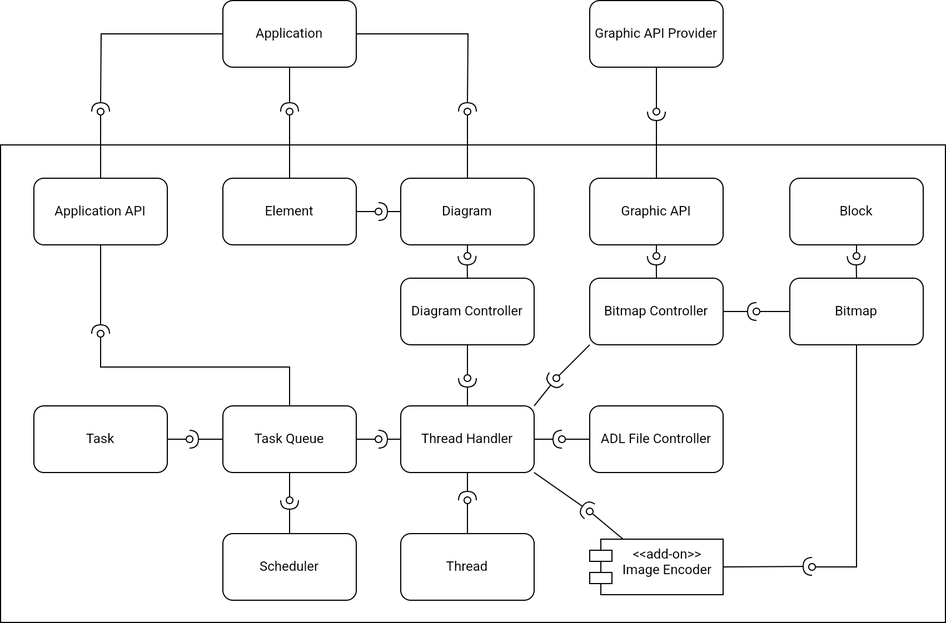
Earlier version of the draw.io export FFinalArchitect.drawio.png (phunm211/SW-Associate-Architecture). Source tidied: cells renumbered, new cells last; positions are measured from the earlier drawing's top-left corner, leaving out a move shared by most shapes.
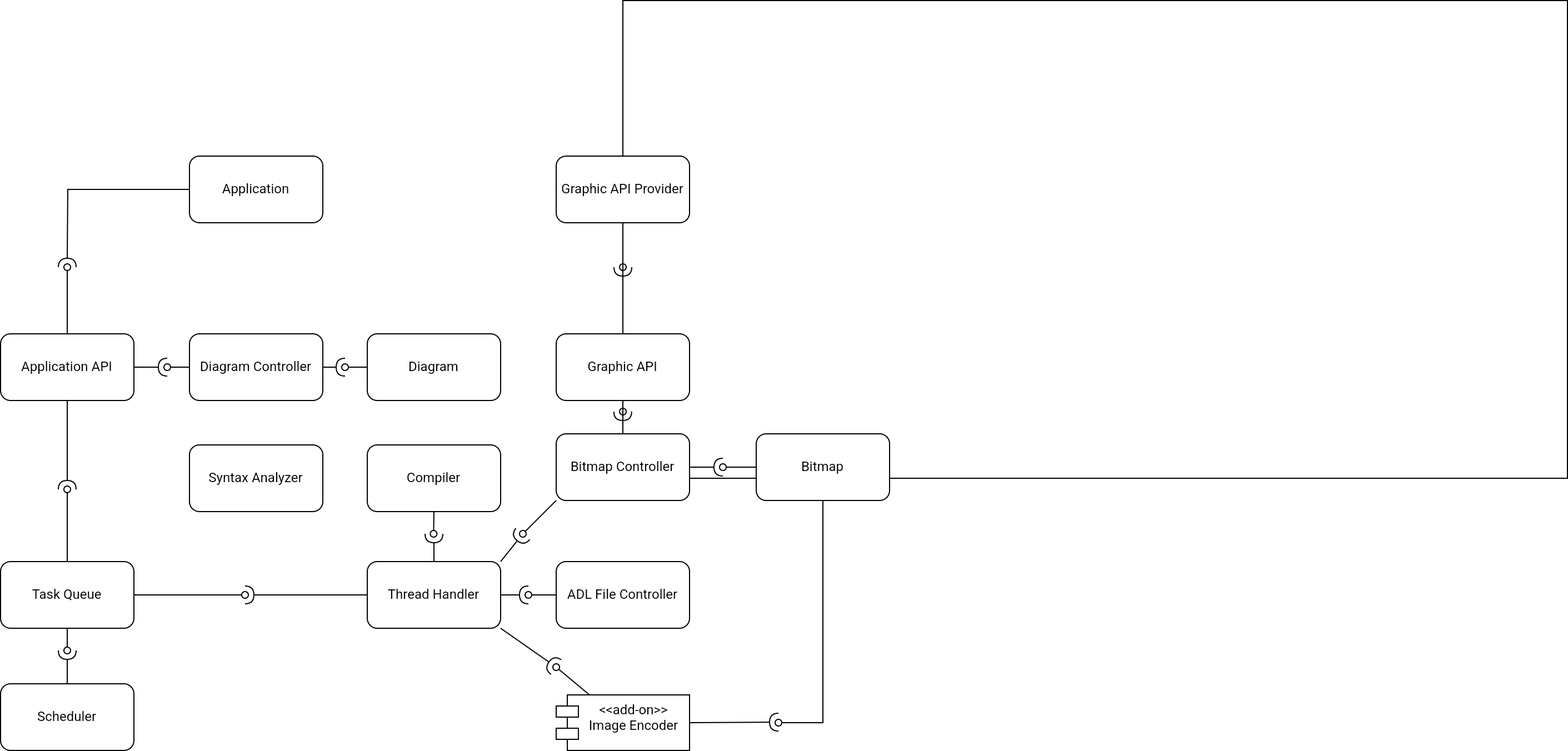
Above is the later version.

Diff of the diagram source:
```diff
@@ -3,23 +3,13 @@
     <mxCell id="0" />
     <mxCell id="1" parent="0" />
     <mxCell id="2" style="rounded=0;whiteSpace=wrap;html=1;" parent="1" vertex="1">
-      <mxGeometry y="130" width="850" height="430" as="geometry" />
+      <mxGeometry x="590" y="-140" width="850" height="430" as="geometry" />
     </mxCell>
     <mxCell id="3" style="edgeStyle=orthogonalEdgeStyle;rounded=0;jettySize=auto;html=1;endArrow=halfCircle;endFill=0;" parent="1" edge="1" source="6">
       <mxGeometry relative="1" as="geometry">
         <mxPoint x="90" y="100" as="targetPoint" />
       </mxGeometry>
     </mxCell>
-    <mxCell id="4" style="edgeStyle=orthogonalEdgeStyle;rounded=0;jettySize=auto;html=1;endArrow=halfCircle;endFill=0;" parent="1" edge="1" source="6">
-      <mxGeometry relative="1" as="geometry">
-        <mxPoint x="260" y="100" as="targetPoint" />
-      </mxGeometry>
-    </mxCell>
-    <mxCell id="5" style="edgeStyle=orthogonalEdgeStyle;rounded=0;jettySize=auto;html=1;endArrow=halfCircle;endFill=0;" parent="1" edge="1" source="6">
-      <mxGeometry relative="1" as="geometry">
-        <mxPoint x="420" y="100" as="targetPoint" />
-      </mxGeometry>
-    </mxCell>
     <mxCell id="6" value="Application" style="rounded=1;whiteSpace=wrap;html=1;" parent="1" vertex="1">
       <mxGeometry x="200" width="120" height="60" as="geometry" />
     </mxCell>
@@ -41,6 +31,11 @@
         <mxPoint x="90" y="300" as="targetPoint" />
       </mxGeometry>
     </mxCell>
+    <mxCell id="58" style="edgeStyle=orthogonalEdgeStyle;rounded=0;jettySize=auto;html=1;exitX=1;exitY=0.5;exitDx=0;exitDy=0;endArrow=halfCircle;endFill=0;" parent="1" edge="1" source="11">
+      <mxGeometry relative="1" as="geometry">
+        <mxPoint x="180" y="190" as="targetPoint" />
+      </mxGeometry>
+    </mxCell>
     <mxCell id="11" value="Application API" style="rounded=1;whiteSpace=wrap;html=1;" parent="1" vertex="1">
       <mxGeometry x="30" y="160" width="120" height="60" as="geometry" />
     </mxCell>
@@ -52,18 +47,18 @@
     <mxCell id="13" value="ADL File Controller" style="rounded=1;whiteSpace=wrap;html=1;" parent="1" vertex="1">
       <mxGeometry x="530" y="365" width="120" height="60" as="geometry" />
     </mxCell>
-    <mxCell id="14" style="edgeStyle=orthogonalEdgeStyle;rounded=0;jettySize=auto;html=1;exitX=0.5;exitY=1;exitDx=0;exitDy=0;endArrow=oval;endFill=0;" parent="1" edge="1" source="16">
-      <mxGeometry relative="1" as="geometry">
-        <mxPoint x="420" y="340" as="targetPoint" />
-      </mxGeometry>
-    </mxCell>
-    <mxCell id="15" style="edgeStyle=orthogonalEdgeStyle;rounded=0;jettySize=auto;html=1;exitX=0.5;exitY=0;exitDx=0;exitDy=0;endArrow=halfCircle;endFill=0;" parent="1" edge="1" source="16">
-      <mxGeometry relative="1" as="geometry">
-        <mxPoint x="419.6" y="230" as="targetPoint" />
-      </mxGeometry>
-    </mxCell>
+    <mxCell id="59" style="edgeStyle=orthogonalEdgeStyle;rounded=0;jettySize=auto;html=1;exitX=0;exitY=0.5;exitDx=0;exitDy=0;endArrow=oval;endFill=0;" parent="1" edge="1" source="16">
+      <mxGeometry relative="1" as="geometry">
+        <mxPoint x="180" y="190" as="targetPoint" />
+      </mxGeometry>
+    </mxCell>
+    <mxCell id="60" style="edgeStyle=orthogonalEdgeStyle;rounded=0;jettySize=auto;html=1;exitX=1;exitY=0.5;exitDx=0;exitDy=0;endArrow=halfCircle;endFill=0;" parent="1" edge="1" source="16">
+      <mxGeometry relative="1" as="geometry">
+        <mxPoint x="340" y="190" as="targetPoint" />
+      </mxGeometry>
+    </mxCell>
     <mxCell id="16" value="Diagram Controller" style="rounded=1;whiteSpace=wrap;html=1;" parent="1" vertex="1">
-      <mxGeometry x="360" y="250" width="120" height="60" as="geometry" />
+      <mxGeometry x="200" y="160" width="120" height="60" as="geometry" />
     </mxCell>
     <mxCell id="17" style="edgeStyle=orthogonalEdgeStyle;rounded=0;jettySize=auto;html=1;endArrow=halfCircle;endFill=0;" parent="1" edge="1" source="19">
       <mxGeometry relative="1" as="geometry">
@@ -91,30 +86,9 @@
     <mxCell id="22" value="&amp;lt;&amp;lt;add-on&amp;gt;&amp;gt;&lt;br&gt;Image Encoder" style="shape=module;align=left;spacingLeft=20;align=center;verticalAlign=top;whiteSpace=wrap;html=1;" parent="1" vertex="1">
       <mxGeometry x="530" y="485" width="120" height="50" as="geometry" />
     </mxCell>
-    <mxCell id="23" style="edgeStyle=orthogonalEdgeStyle;rounded=0;jettySize=auto;html=1;endArrow=oval;endFill=0;" parent="1" edge="1" source="24">
-      <mxGeometry relative="1" as="geometry">
-        <mxPoint x="170" y="395" as="targetPoint" />
-      </mxGeometry>
-    </mxCell>
-    <mxCell id="24" value="Task" style="rounded=1;whiteSpace=wrap;html=1;" parent="1" vertex="1">
-      <mxGeometry x="30" y="365" width="120" height="60" as="geometry" />
-    </mxCell>
-    <mxCell id="25" style="edgeStyle=orthogonalEdgeStyle;rounded=0;jettySize=auto;html=1;exitX=0.5;exitY=0;exitDx=0;exitDy=0;endArrow=oval;endFill=0;" parent="1" edge="1" source="26">
-      <mxGeometry relative="1" as="geometry">
-        <mxPoint x="420" y="450" as="targetPoint" />
-      </mxGeometry>
-    </mxCell>
-    <mxCell id="26" value="Thread" style="rounded=1;whiteSpace=wrap;html=1;" parent="1" vertex="1">
-      <mxGeometry x="360" y="480" width="120" height="60" as="geometry" />
-    </mxCell>
-    <mxCell id="27" style="edgeStyle=orthogonalEdgeStyle;rounded=0;jettySize=auto;html=1;exitX=0.5;exitY=1;exitDx=0;exitDy=0;endArrow=halfCircle;endFill=0;" parent="1" edge="1" source="33">
-      <mxGeometry relative="1" as="geometry">
-        <mxPoint x="420" y="450" as="targetPoint" />
-      </mxGeometry>
-    </mxCell>
     <mxCell id="28" style="edgeStyle=orthogonalEdgeStyle;rounded=0;jettySize=auto;html=1;exitX=0;exitY=0.5;exitDx=0;exitDy=0;endArrow=halfCircle;endFill=0;" parent="1" edge="1" source="33">
       <mxGeometry relative="1" as="geometry">
-        <mxPoint x="340" y="395" as="targetPoint" />
+        <mxPoint x="250" y="395" as="targetPoint" />
       </mxGeometry>
     </mxCell>
     <mxCell id="29" style="rounded=0;jettySize=auto;html=1;endArrow=halfCircle;endFill=0;edgeStyle=orthogonalEdgeStyle;exitX=1;exitY=0.5;exitDx=0;exitDy=0;" parent="1" edge="1" source="33">
@@ -142,67 +116,39 @@
     </mxCell>
     <mxCell id="34" style="edgeStyle=orthogonalEdgeStyle;rounded=0;jettySize=auto;html=1;exitX=0.5;exitY=0;exitDx=0;exitDy=0;endArrow=halfCircle;endFill=0;" parent="1" edge="1" source="35">
       <mxGeometry relative="1" as="geometry">
-        <mxPoint x="260" y="450" as="targetPoint" />
+        <mxPoint x="90" y="445" as="targetPoint" />
       </mxGeometry>
     </mxCell>
     <mxCell id="35" value="Scheduler" style="rounded=1;whiteSpace=wrap;html=1;" parent="1" vertex="1">
-      <mxGeometry x="200" y="480" width="120" height="60" as="geometry" />
+      <mxGeometry x="30" y="475" width="120" height="60" as="geometry" />
     </mxCell>
-    <mxCell id="36" style="edgeStyle=orthogonalEdgeStyle;rounded=0;jettySize=auto;html=1;endArrow=halfCircle;endFill=0;" parent="1" edge="1" source="40">
-      <mxGeometry relative="1" as="geometry">
-        <mxPoint x="170" y="395" as="targetPoint" />
-      </mxGeometry>
-    </mxCell>
     <mxCell id="37" style="edgeStyle=orthogonalEdgeStyle;rounded=0;jettySize=auto;html=1;endArrow=oval;endFill=0;" parent="1" edge="1" source="40">
       <mxGeometry relative="1" as="geometry">
-        <mxPoint x="260" y="450" as="targetPoint" />
+        <mxPoint x="90" y="445" as="targetPoint" />
       </mxGeometry>
     </mxCell>
     <mxCell id="38" style="edgeStyle=orthogonalEdgeStyle;rounded=0;jettySize=auto;html=1;exitX=0.5;exitY=0;exitDx=0;exitDy=0;endArrow=oval;endFill=0;" parent="1" edge="1" source="40">
       <mxGeometry relative="1" as="geometry">
         <mxPoint x="90" y="300" as="targetPoint" />
         <Array as="points">
-          <mxPoint x="260" y="330" />
-          <mxPoint x="90" y="330" />
+          <mxPoint x="90" y="340" />
+          <mxPoint x="90" y="340" />
         </Array>
       </mxGeometry>
     </mxCell>
     <mxCell id="39" style="edgeStyle=orthogonalEdgeStyle;rounded=0;jettySize=auto;html=1;exitX=1;exitY=0.5;exitDx=0;exitDy=0;endArrow=oval;endFill=0;" parent="1" edge="1" source="40">
       <mxGeometry relative="1" as="geometry">
-        <mxPoint x="340" y="395" as="targetPoint" />
+        <mxPoint x="250" y="395" as="targetPoint" />
       </mxGeometry>
     </mxCell>
     <mxCell id="40" value="Task Queue" style="rounded=1;whiteSpace=wrap;html=1;" parent="1" vertex="1">
-      <mxGeometry x="200" y="365" width="120" height="60" as="geometry" />
+      <mxGeometry x="30" y="365" width="120" height="60" as="geometry" />
     </mxCell>
-    <mxCell id="41" style="rounded=0;jettySize=auto;html=1;exitX=0.5;exitY=0;exitDx=0;exitDy=0;endArrow=oval;endFill=0;" parent="1" edge="1" source="43">
-      <mxGeometry relative="1" as="geometry">
-        <mxPoint x="260" y="100" as="targetPoint" />
-      </mxGeometry>
-    </mxCell>
-    <mxCell id="42" style="edgeStyle=orthogonalEdgeStyle;rounded=0;jettySize=auto;html=1;exitX=1;exitY=0.5;exitDx=0;exitDy=0;endArrow=oval;endFill=0;" parent="1" edge="1" source="43">
-      <mxGeometry relative="1" as="geometry">
-        <mxPoint x="340" y="190" as="targetPoint" />
-      </mxGeometry>
-    </mxCell>
-    <mxCell id="43" value="Element" style="rounded=1;whiteSpace=wrap;html=1;" parent="1" vertex="1">
-      <mxGeometry x="200" y="160" width="120" height="60" as="geometry" />
-    </mxCell>
-    <mxCell id="44" style="edgeStyle=orthogonalEdgeStyle;rounded=0;jettySize=auto;html=1;endArrow=oval;endFill=0;" parent="1" edge="1" source="47">
-      <mxGeometry relative="1" as="geometry">
-        <mxPoint x="420" y="100" as="targetPoint" />
-      </mxGeometry>
-    </mxCell>
-    <mxCell id="45" style="edgeStyle=orthogonalEdgeStyle;rounded=0;jettySize=auto;html=1;exitX=0.5;exitY=1;exitDx=0;exitDy=0;endArrow=oval;endFill=0;" parent="1" edge="1" source="47">
-      <mxGeometry relative="1" as="geometry">
-        <mxPoint x="420" y="230" as="targetPoint" />
-      </mxGeometry>
-    </mxCell>
-    <mxCell id="46" style="edgeStyle=orthogonalEdgeStyle;rounded=0;jettySize=auto;html=1;exitX=0;exitY=0.5;exitDx=0;exitDy=0;endArrow=halfCircle;endFill=0;" parent="1" edge="1" source="47">
-      <mxGeometry relative="1" as="geometry">
-        <mxPoint x="340" y="189.8" as="targetPoint" />
-      </mxGeometry>
-    </mxCell>
+    <mxCell id="61" style="edgeStyle=orthogonalEdgeStyle;rounded=0;jettySize=auto;html=1;exitX=0;exitY=0.5;exitDx=0;exitDy=0;endArrow=oval;endFill=0;" parent="1" edge="1" source="47">
+      <mxGeometry relative="1" as="geometry">
+        <mxPoint x="340" y="190" as="targetPoint" />
+      </mxGeometry>
+    </mxCell>
     <mxCell id="47" value="Diagram" style="rounded=1;whiteSpace=wrap;html=1;" parent="1" vertex="1">
       <mxGeometry x="360" y="160" width="120" height="60" as="geometry" />
     </mxCell>
@@ -211,11 +157,6 @@
         <mxPoint x="680" y="280" as="targetPoint" />
       </mxGeometry>
     </mxCell>
-    <mxCell id="49" style="edgeStyle=orthogonalEdgeStyle;rounded=0;jettySize=auto;html=1;exitX=0.5;exitY=0;exitDx=0;exitDy=0;endArrow=halfCircle;endFill=0;" parent="1" edge="1" source="51">
-      <mxGeometry relative="1" as="geometry">
-        <mxPoint x="769.7" y="230" as="targetPoint" />
-      </mxGeometry>
-    </mxCell>
     <mxCell id="50" style="edgeStyle=orthogonalEdgeStyle;rounded=0;jettySize=auto;html=1;exitX=0.5;exitY=1;exitDx=0;exitDy=0;endArrow=oval;endFill=0;" parent="1" edge="1" source="51">
       <mxGeometry relative="1" as="geometry">
         <mxPoint x="730" y="510" as="targetPoint" />
@@ -245,13 +186,16 @@
     <mxCell id="55" value="Bitmap Controller" style="rounded=1;whiteSpace=wrap;html=1;" parent="1" vertex="1">
       <mxGeometry x="530" y="250" width="120" height="60" as="geometry" />
     </mxCell>
-    <mxCell id="56" style="edgeStyle=orthogonalEdgeStyle;rounded=0;jettySize=auto;html=1;exitX=0.5;exitY=1;exitDx=0;exitDy=0;endArrow=oval;endFill=0;" parent="1" edge="1" source="57">
-      <mxGeometry relative="1" as="geometry">
-        <mxPoint x="770" y="230" as="targetPoint" />
-      </mxGeometry>
-    </mxCell>
-    <mxCell id="57" value="Block" style="rounded=1;whiteSpace=wrap;html=1;" parent="1" vertex="1">
-      <mxGeometry x="710" y="160" width="120" height="60" as="geometry" />
-    </mxCell>
+    <mxCell id="62" value="Syntax Analyzer" style="rounded=1;whiteSpace=wrap;html=1;" parent="1" vertex="1">
+      <mxGeometry x="200" y="260" width="120" height="60" as="geometry" />
+    </mxCell>
+    <mxCell id="63" style="edgeStyle=orthogonalEdgeStyle;rounded=0;jettySize=auto;html=1;exitX=0.5;exitY=1;exitDx=0;exitDy=0;endArrow=oval;endFill=0;" parent="1" edge="1" source="64">
+      <mxGeometry relative="1" as="geometry">
+        <mxPoint x="419.7" y="340" as="targetPoint" />
+      </mxGeometry>
+    </mxCell>
+    <mxCell id="64" value="Compiler" style="rounded=1;whiteSpace=wrap;html=1;" parent="1" vertex="1">
+      <mxGeometry x="360" y="260" width="120" height="60" as="geometry" />
+    </mxCell>
   </root>
 </mxGraphModel>
```
